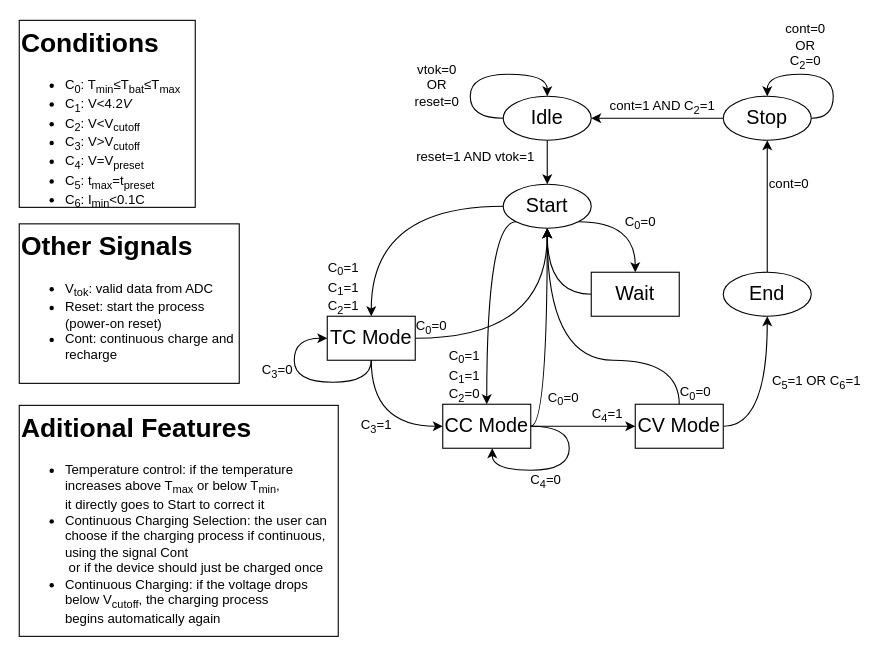
Above: stateMachine.drawio in FranciscoPRosa/SoC (draw.io), before the change. Source tidied: cells renumbered, new cells numbered last; positions are measured from the earlier drawing's top-left corner, leaving out a move shared by most shapes. Both pictures are drawn from the tidied source at 110%, with x=0, y=0 at pixel (19, 19).
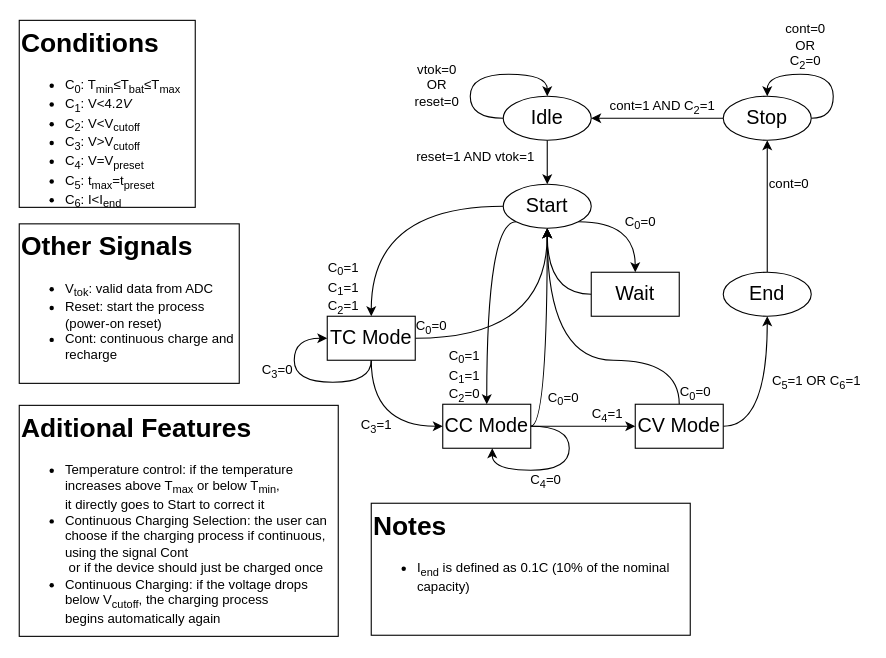
The same page after the edit.

Change to the diagram source:
```diff
@@
-    <mxCell id="5" value="&lt;h1 style=&quot;margin-top: 0px;&quot;&gt;Conditions&lt;/h1&gt;&lt;ul&gt;&lt;li&gt;C&lt;sub&gt;0&lt;/sub&gt;: T&lt;sub&gt;min&lt;/sub&gt;≤T&lt;sub&gt;bat&lt;/sub&gt;≤T&lt;sub&gt;max&lt;/sub&gt;&lt;/li&gt;&lt;li&gt;C&lt;sub&gt;1&lt;/sub&gt;: V&amp;lt;4.2&lt;i&gt;V&lt;/i&gt;&lt;/li&gt;&lt;li&gt;C&lt;sub&gt;2&lt;/sub&gt;: V&amp;lt;V&lt;sub&gt;cutoff&lt;/sub&gt;&lt;/li&gt;&lt;li&gt;C&lt;sub&gt;3&lt;/sub&gt;: V&amp;gt;V&lt;sub&gt;cutoff&lt;/sub&gt;&lt;/li&gt;&lt;li&gt;C&lt;sub&gt;4&lt;/sub&gt;: V=V&lt;sub&gt;preset&lt;/sub&gt;&lt;/li&gt;&lt;li&gt;C&lt;sub&gt;5&lt;/sub&gt;: t&lt;sub&gt;max&lt;/sub&gt;=t&lt;sub&gt;preset&lt;/sub&gt;&lt;/li&gt;&lt;li&gt;C&lt;sub&gt;6&lt;/sub&gt;: I&lt;sub&gt;min&lt;/sub&gt;&amp;lt;0.1C&lt;br&gt;&lt;/li&gt;&lt;/ul&gt;" style="text;html=1;whiteSpace=wrap;overflow=hidden;rounded=0;strokeColor=default;fillColor=default;" parent="1" vertex="1">
+    <mxCell id="5" value="&lt;h1 style=&quot;margin-top: 0px;&quot;&gt;Conditions&lt;/h1&gt;&lt;ul&gt;&lt;li&gt;C&lt;sub&gt;0&lt;/sub&gt;: T&lt;sub&gt;min&lt;/sub&gt;≤T&lt;sub&gt;bat&lt;/sub&gt;≤T&lt;sub&gt;max&lt;/sub&gt;&lt;/li&gt;&lt;li&gt;C&lt;sub&gt;1&lt;/sub&gt;: V&amp;lt;4.2&lt;i&gt;V&lt;/i&gt;&lt;/li&gt;&lt;li&gt;C&lt;sub&gt;2&lt;/sub&gt;: V&amp;lt;V&lt;sub&gt;cutoff&lt;/sub&gt;&lt;/li&gt;&lt;li&gt;C&lt;sub&gt;3&lt;/sub&gt;: V&amp;gt;V&lt;sub&gt;cutoff&lt;/sub&gt;&lt;/li&gt;&lt;li&gt;C&lt;sub&gt;4&lt;/sub&gt;: V=V&lt;sub&gt;preset&lt;/sub&gt;&lt;/li&gt;&lt;li&gt;C&lt;sub&gt;5&lt;/sub&gt;: t&lt;sub&gt;max&lt;/sub&gt;=t&lt;sub&gt;preset&lt;/sub&gt;&lt;/li&gt;&lt;li&gt;C&lt;sub&gt;6&lt;/sub&gt;: I&amp;lt;I&lt;sub&gt;end&lt;/sub&gt;&lt;br&gt;&lt;/li&gt;&lt;/ul&gt;" style="text;html=1;whiteSpace=wrap;overflow=hidden;rounded=0;strokeColor=default;fillColor=default;" parent="1" vertex="1">
       <mxGeometry y="1" width="160" height="170" as="geometry" />
     </mxCell>
@@
+    <mxCell id="46" value="&lt;h1 style=&quot;margin-top: 0px;&quot;&gt;Notes&lt;/h1&gt;&lt;div&gt;&lt;ul&gt;&lt;li&gt;I&lt;sub&gt;end&lt;/sub&gt; is defined as 0.1C (10% of the nominal capacity)&lt;br&gt;&lt;/li&gt;&lt;/ul&gt;&lt;/div&gt;" style="text;html=1;whiteSpace=wrap;overflow=hidden;rounded=0;strokeColor=default;fillColor=default;" parent="1" vertex="1">
+      <mxGeometry x="320" y="440" width="290" height="120" as="geometry" />
+    </mxCell>
```
